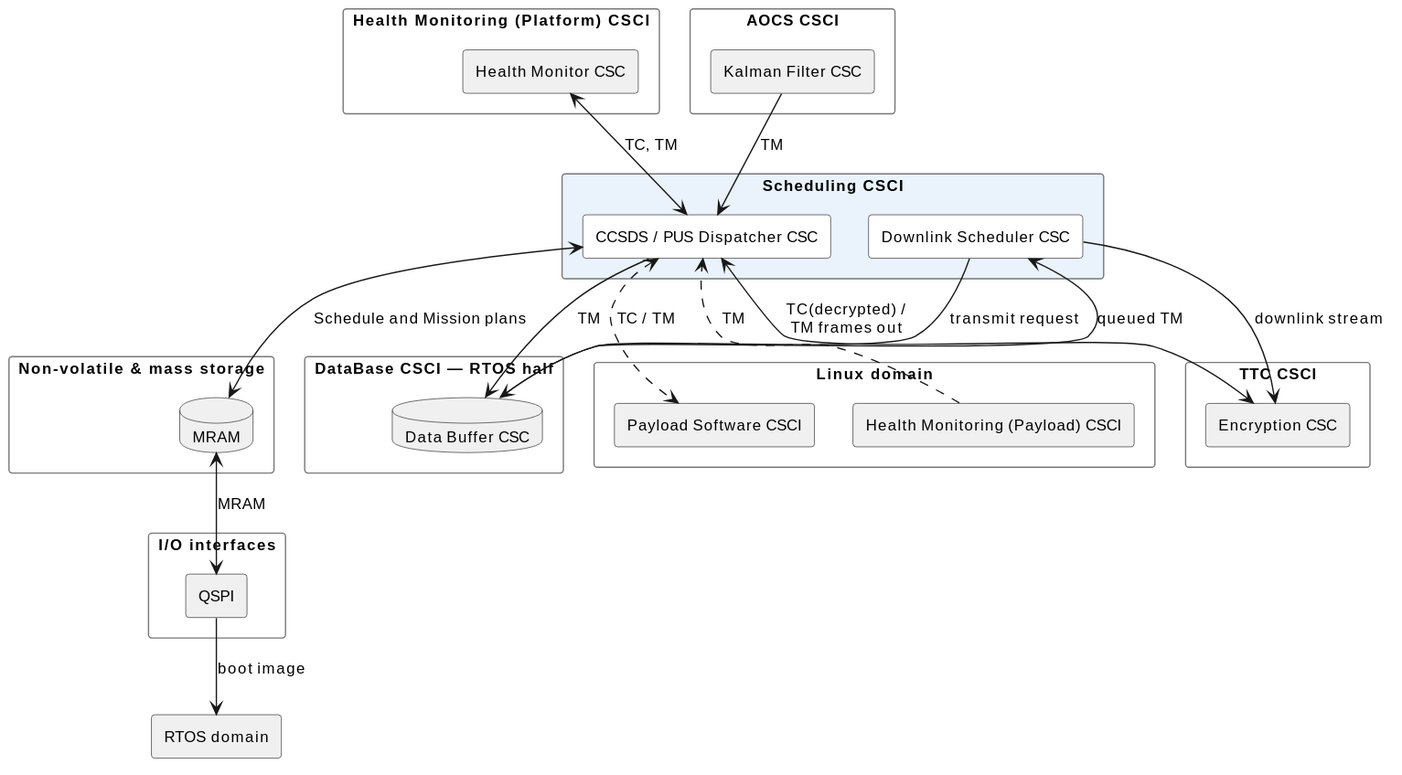
seapit/urban-memory keeps this PlantUML diagram as docs/scheduling_csci.svg. Above is the earlier version. The source it was exported from:
```plantuml
@startuml

skinparam componentStyle rectangle
skinparam packageStyle rectangle
skinparam shadowing false
skinparam nodesep 30
skinparam ranksep 58
skinparam defaultFontSize 12
skinparam wrapWidth 240
skinparam package {
  BackgroundColor #FFFFFF
  BorderColor #777777
}
skinparam component {
  BackgroundColor #FFFFFF
  BorderColor #333333
}
skinparam database {
  BackgroundColor #FFFFFF
  BorderColor #333333
}

package "Scheduling CSCI" as SCHED #EAF2FB {
  component "CCSDS / PUS Dispatcher CSC" as CCSDS
  component "Downlink Scheduler CSC" as DLSCHED
}

package "TTC CSCI" as TTC {
  component "Encryption CSC" as ENC #F0F0F0
}
package "DataBase CSCI — RTOS half" as DBRT {
  database "Data Buffer CSC" as DBUF #F0F0F0
}
package "Non-volatile & mass storage" as STORE {
  database "MRAM" as MRAM #F0F0F0
}
package "Health Monitoring (Platform) CSCI" as HM {
  component "Health Monitor CSC" as HMON #F0F0F0
}
package "AOCS CSCI" as AOCS {
  component "Kalman Filter CSC" as FILTER #F0F0F0
}
package "Linux domain" as LINDOM {
  component "Health Monitoring (Payload) CSCI" as PHM #F0F0F0
  component "Payload Software CSCI" as PAY #F0F0F0
}
package "I/O interfaces" as IFACE {
  component "QSPI" as QSPI #F0F0F0
}
component "RTOS domain" as RTOSDOM #F0F0F0

ENC <--> CCSDS : TC(decrypted) /\nTM frames out
DLSCHED --> ENC : downlink stream
CCSDS --> DBUF : TM
DLSCHED --> DBUF : transmit request
DBUF --> DLSCHED : queued TM
CCSDS <--> MRAM : Schedule and Mission plans
HMON <--> CCSDS : TC, TM
FILTER --> CCSDS : TM
PHM ..> CCSDS : TM
CCSDS <..> PAY : TC / TM
MRAM <--> QSPI : MRAM
QSPI --> RTOSDOM : boot image
@enduml
```
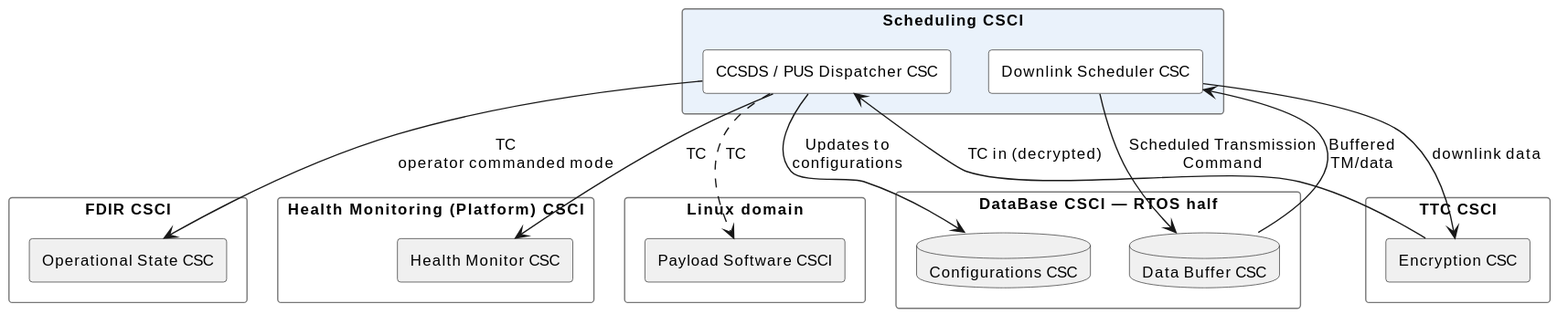
After the commit.

What changed in the source:
```diff
@@ -1,5 +1,4 @@
 @startuml
-
 skinparam componentStyle rectangle
 skinparam packageStyle rectangle
 skinparam shadowing false
@@ -30,35 +29,24 @@
 }
 package "DataBase CSCI — RTOS half" as DBRT {
   database "Data Buffer CSC" as DBUF #F0F0F0
+  database "Configurations CSC" as CFG #F0F0F0
 }
-package "Non-volatile & mass storage" as STORE {
-  database "MRAM" as MRAM #F0F0F0
+package "FDIR CSCI" as FDIR {
+  component "Operational State CSC" as STATES #F0F0F0
 }
 package "Health Monitoring (Platform) CSCI" as HM {
   component "Health Monitor CSC" as HMON #F0F0F0
 }
-package "AOCS CSCI" as AOCS {
-  component "Kalman Filter CSC" as FILTER #F0F0F0
-}
 package "Linux domain" as LINDOM {
-  component "Health Monitoring (Payload) CSCI" as PHM #F0F0F0
   component "Payload Software CSCI" as PAY #F0F0F0
 }
-package "I/O interfaces" as IFACE {
-  component "QSPI" as QSPI #F0F0F0
-}
-component "RTOS domain" as RTOSDOM #F0F0F0
 
-ENC <--> CCSDS : TC(decrypted) /\nTM frames out
-DLSCHED --> ENC : downlink stream
-CCSDS --> DBUF : TM
-DLSCHED --> DBUF : transmit request
-DBUF --> DLSCHED : queued TM
-CCSDS <--> MRAM : Schedule and Mission plans
-HMON <--> CCSDS : TC, TM
-FILTER --> CCSDS : TM
-PHM ..> CCSDS : TM
-CCSDS <..> PAY : TC / TM
-MRAM <--> QSPI : MRAM
-QSPI --> RTOSDOM : boot image
+ENC --> CCSDS : TC in (decrypted)
+DLSCHED --> ENC : downlink data
+DLSCHED --> DBUF : Scheduled Transmission\nCommand
+DBUF --> DLSCHED : Buffered\nTM/data
+CCSDS --> CFG : Updates to\nconfigurations
+CCSDS --> STATES : TC\noperator commanded mode
+CCSDS --> HMON : TC
+CCSDS ..> PAY : TC
 @enduml
```
